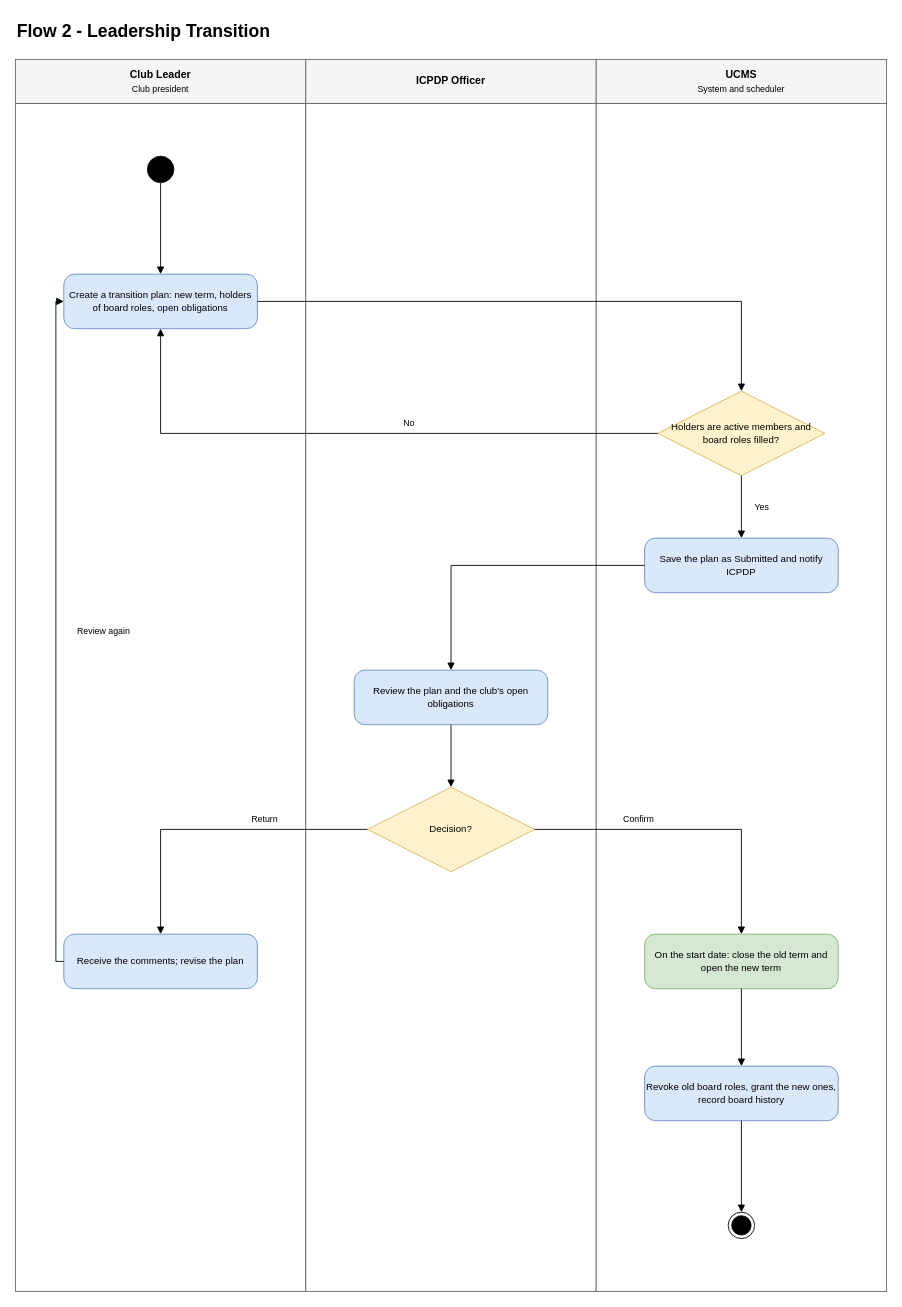
Before: page "02 Leadership Transition" (2 of 14) of docs/03-diagrams/UCMS_Swimlane_Flows.drawio in nvdekay/ClubManagementSystem, a draw.io diagram. Source tidied: cells renumbered, new cells numbered last; positions are measured from the earlier drawing's top-left corner, leaving out a move shared by most shapes. Both pictures are drawn from the tidied source at 88%, with x=0, y=0 at pixel (15, 15).
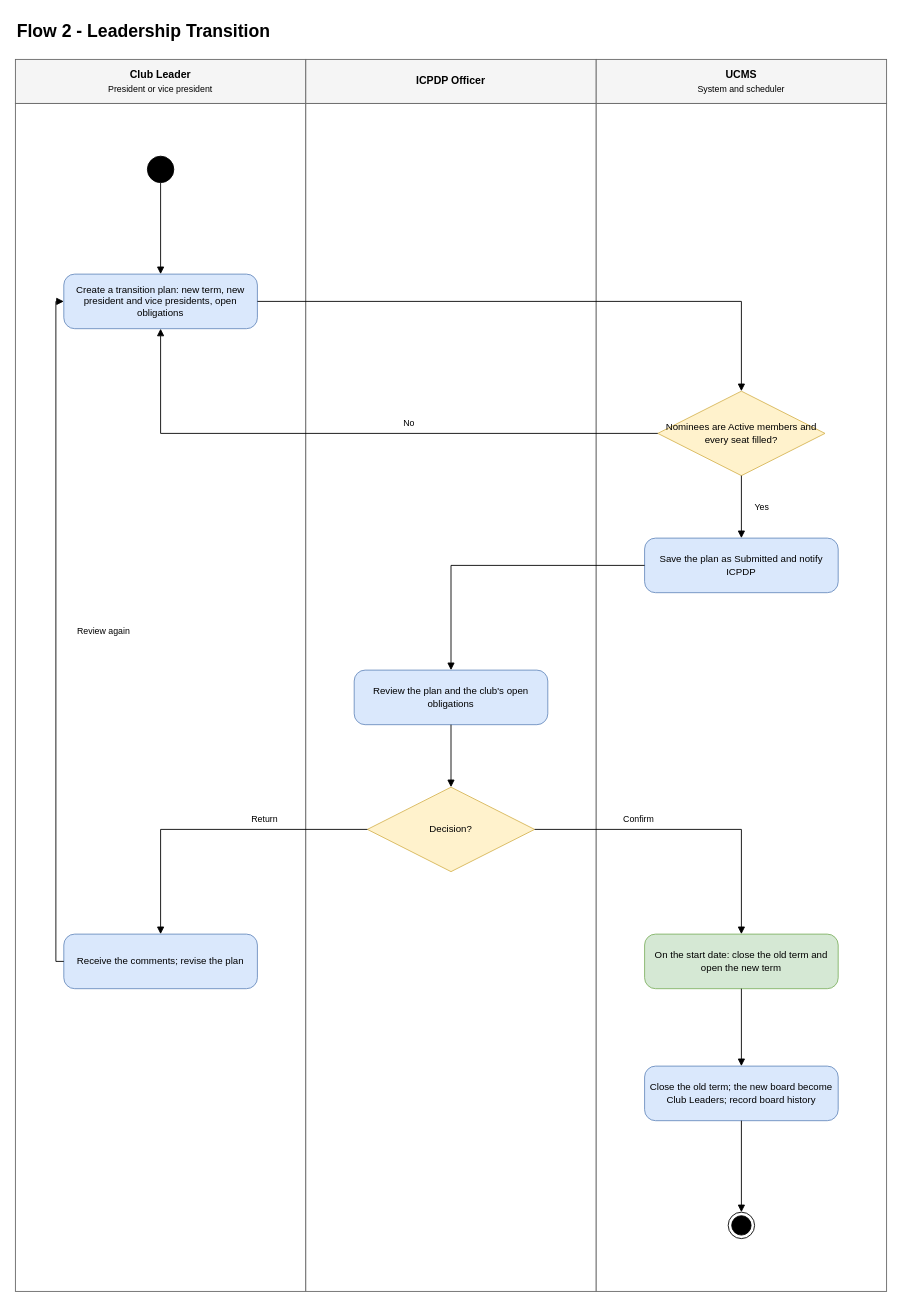
After the change.

Diff of the diagram source:
```diff
@@
-    <mxCell id="4" value="&lt;b&gt;Club Leader&lt;/b&gt;&lt;br&gt;&lt;span style=&quot;font-size:10px;font-weight:normal;&quot;&gt;Club president&lt;/span&gt;" style="rounded=0;whiteSpace=wrap;html=1;fillColor=#f5f5f5;strokeColor=#666666;fontSize=12;" parent="1" vertex="1">
+    <mxCell id="4" value="&lt;b&gt;Club Leader&lt;/b&gt;&lt;br&gt;&lt;span style=&quot;font-size:10px;font-weight:normal;&quot;&gt;President or vice president&lt;/span&gt;" style="rounded=0;whiteSpace=wrap;html=1;fillColor=#f5f5f5;strokeColor=#666666;fontSize=12;" parent="1" vertex="1">
       <mxGeometry y="50" width="330" height="50" as="geometry" />
     </mxCell>
@@
-    <mxCell id="10" value="Create a transition plan: new term, holders of board roles, open obligations" style="rounded=1;arcSize=20;whiteSpace=wrap;html=1;fillColor=#dae8fc;strokeColor=#6c8ebf;fontSize=11;" parent="1" vertex="1">
+    <mxCell id="10" value="Create a transition plan: new term, new president and vice presidents, open obligations" style="rounded=1;arcSize=20;whiteSpace=wrap;html=1;fillColor=#dae8fc;strokeColor=#6c8ebf;fontSize=11;" parent="1" vertex="1">
       <mxGeometry x="55" y="294" width="220" height="62" as="geometry" />
     </mxCell>
-    <mxCell id="11" value="Holders are active members and board roles filled?" style="rhombus;whiteSpace=wrap;html=1;fillColor=#fff2cc;strokeColor=#d6b656;fontSize=11;" parent="1" vertex="1">
+    <mxCell id="11" value="Nominees are Active members and every seat filled?" style="rhombus;whiteSpace=wrap;html=1;fillColor=#fff2cc;strokeColor=#d6b656;fontSize=11;" parent="1" vertex="1">
       <mxGeometry x="730" y="427" width="190" height="96" as="geometry" />
     </mxCell>
@@
-    <mxCell id="17" value="Revoke old board roles, grant the new ones, record board history" style="rounded=1;arcSize=20;whiteSpace=wrap;html=1;fillColor=#dae8fc;strokeColor=#6c8ebf;fontSize=11;" parent="1" vertex="1">
+    <mxCell id="17" value="Close the old term; the new board become Club Leaders; record board history" style="rounded=1;arcSize=20;whiteSpace=wrap;html=1;fillColor=#dae8fc;strokeColor=#6c8ebf;fontSize=11;" parent="1" vertex="1">
       <mxGeometry x="715" y="1194" width="220" height="62" as="geometry" />
     </mxCell>
```
